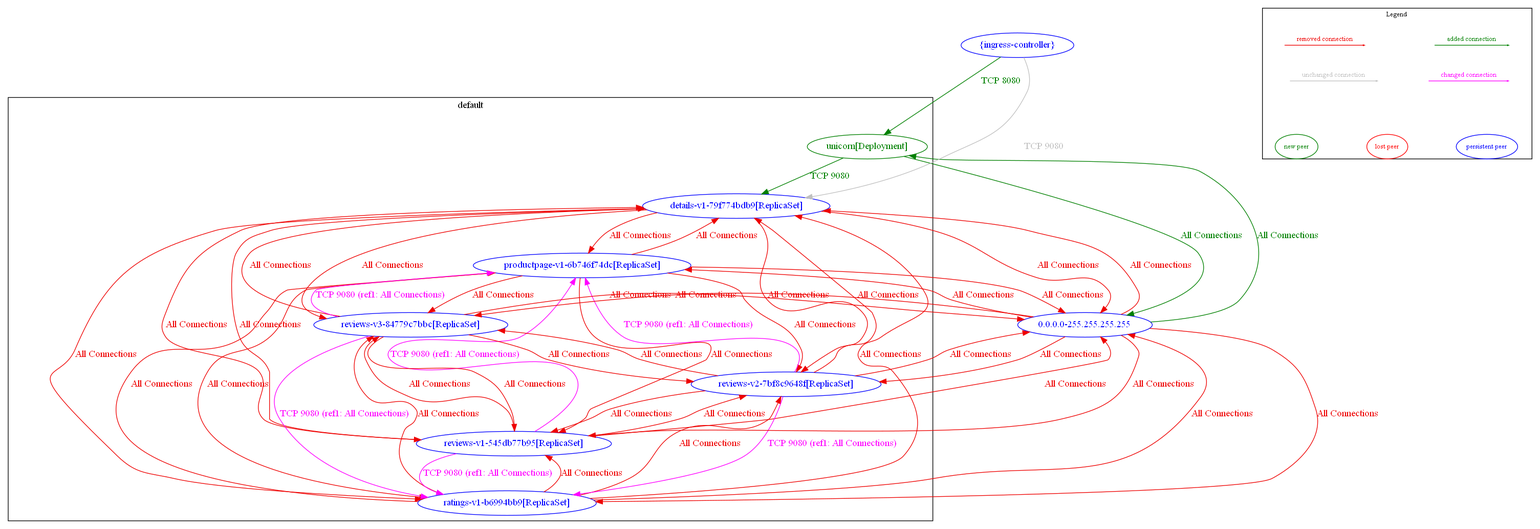
Before: test_outputs/diff/diff_between_k8s_ingress_test_new_and_k8s_ingress_test.dot.png, a diagram exported from Graphviz (np-guard/netpol-analyzer). Its source is kept beside it as test_outputs/diff/diff_between_k8s_ingress_test_new_and_k8s_ingress_test.dot.
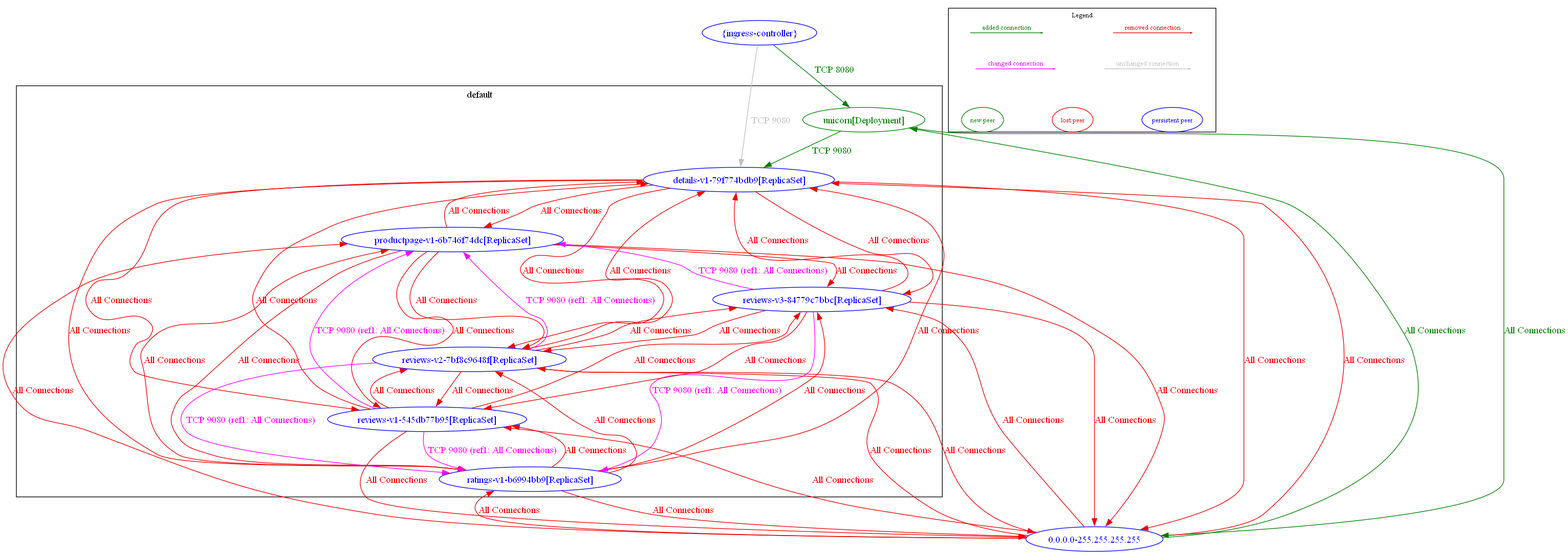
Later version of the same file.

The edit, as a diff of the source:
```diff
@@ -11,53 +11,53 @@
 	}
 	"0.0.0.0-255.255.255.255" [label="0.0.0.0-255.255.255.255" color="blue" fontcolor="blue"]
 	"{ingress-controller}" [label="{ingress-controller}" color="blue" fontcolor="blue"]
-	"0.0.0.0-255.255.255.255" -> "default/details-v1-79f774bdb9[ReplicaSet]" [label="All Connections" color="red2" fontcolor="red2"]
-	"0.0.0.0-255.255.255.255" -> "default/productpage-v1-6b746f74dc[ReplicaSet]" [label="All Connections" color="red2" fontcolor="red2"]
-	"0.0.0.0-255.255.255.255" -> "default/ratings-v1-b6994bb9[ReplicaSet]" [label="All Connections" color="red2" fontcolor="red2"]
-	"0.0.0.0-255.255.255.255" -> "default/reviews-v1-545db77b95[ReplicaSet]" [label="All Connections" color="red2" fontcolor="red2"]
-	"0.0.0.0-255.255.255.255" -> "default/reviews-v2-7bf8c9648f[ReplicaSet]" [label="All Connections" color="red2" fontcolor="red2"]
-	"0.0.0.0-255.255.255.255" -> "default/reviews-v3-84779c7bbc[ReplicaSet]" [label="All Connections" color="red2" fontcolor="red2"]
-	"0.0.0.0-255.255.255.255" -> "default/unicorn[Deployment]" [label="All Connections" color="#008000" fontcolor="#008000"]
-	"default/details-v1-79f774bdb9[ReplicaSet]" -> "0.0.0.0-255.255.255.255" [label="All Connections" color="red2" fontcolor="red2"]
-	"default/details-v1-79f774bdb9[ReplicaSet]" -> "default/productpage-v1-6b746f74dc[ReplicaSet]" [label="All Connections" color="red2" fontcolor="red2"]
-	"default/details-v1-79f774bdb9[ReplicaSet]" -> "default/ratings-v1-b6994bb9[ReplicaSet]" [label="All Connections" color="red2" fontcolor="red2"]
-	"default/details-v1-79f774bdb9[ReplicaSet]" -> "default/reviews-v1-545db77b95[ReplicaSet]" [label="All Connections" color="red2" fontcolor="red2"]
-	"default/details-v1-79f774bdb9[ReplicaSet]" -> "default/reviews-v2-7bf8c9648f[ReplicaSet]" [label="All Connections" color="red2" fontcolor="red2"]
-	"default/details-v1-79f774bdb9[ReplicaSet]" -> "default/reviews-v3-84779c7bbc[ReplicaSet]" [label="All Connections" color="red2" fontcolor="red2"]
-	"default/productpage-v1-6b746f74dc[ReplicaSet]" -> "0.0.0.0-255.255.255.255" [label="All Connections" color="red2" fontcolor="red2"]
-	"default/productpage-v1-6b746f74dc[ReplicaSet]" -> "default/details-v1-79f774bdb9[ReplicaSet]" [label="All Connections" color="red2" fontcolor="red2"]
-	"default/productpage-v1-6b746f74dc[ReplicaSet]" -> "default/ratings-v1-b6994bb9[ReplicaSet]" [label="All Connections" color="red2" fontcolor="red2"]
-	"default/productpage-v1-6b746f74dc[ReplicaSet]" -> "default/reviews-v1-545db77b95[ReplicaSet]" [label="All Connections" color="red2" fontcolor="red2"]
-	"default/productpage-v1-6b746f74dc[ReplicaSet]" -> "default/reviews-v2-7bf8c9648f[ReplicaSet]" [label="All Connections" color="red2" fontcolor="red2"]
-	"default/productpage-v1-6b746f74dc[ReplicaSet]" -> "default/reviews-v3-84779c7bbc[ReplicaSet]" [label="All Connections" color="red2" fontcolor="red2"]
-	"default/ratings-v1-b6994bb9[ReplicaSet]" -> "0.0.0.0-255.255.255.255" [label="All Connections" color="red2" fontcolor="red2"]
-	"default/ratings-v1-b6994bb9[ReplicaSet]" -> "default/details-v1-79f774bdb9[ReplicaSet]" [label="All Connections" color="red2" fontcolor="red2"]
-	"default/ratings-v1-b6994bb9[ReplicaSet]" -> "default/productpage-v1-6b746f74dc[ReplicaSet]" [label="All Connections" color="red2" fontcolor="red2"]
-	"default/ratings-v1-b6994bb9[ReplicaSet]" -> "default/reviews-v1-545db77b95[ReplicaSet]" [label="All Connections" color="red2" fontcolor="red2"]
-	"default/ratings-v1-b6994bb9[ReplicaSet]" -> "default/reviews-v2-7bf8c9648f[ReplicaSet]" [label="All Connections" color="red2" fontcolor="red2"]
-	"default/ratings-v1-b6994bb9[ReplicaSet]" -> "default/reviews-v3-84779c7bbc[ReplicaSet]" [label="All Connections" color="red2" fontcolor="red2"]
-	"default/reviews-v1-545db77b95[ReplicaSet]" -> "0.0.0.0-255.255.255.255" [label="All Connections" color="red2" fontcolor="red2"]
-	"default/reviews-v1-545db77b95[ReplicaSet]" -> "default/details-v1-79f774bdb9[ReplicaSet]" [label="All Connections" color="red2" fontcolor="red2"]
-	"default/reviews-v1-545db77b95[ReplicaSet]" -> "default/productpage-v1-6b746f74dc[ReplicaSet]" [label="TCP 9080 (ref1: All Connections)" color="magenta" fontcolor="magenta"]
-	"default/reviews-v1-545db77b95[ReplicaSet]" -> "default/ratings-v1-b6994bb9[ReplicaSet]" [label="TCP 9080 (ref1: All Connections)" color="magenta" fontcolor="magenta"]
-	"default/reviews-v1-545db77b95[ReplicaSet]" -> "default/reviews-v2-7bf8c9648f[ReplicaSet]" [label="All Connections" color="red2" fontcolor="red2"]
-	"default/reviews-v1-545db77b95[ReplicaSet]" -> "default/reviews-v3-84779c7bbc[ReplicaSet]" [label="All Connections" color="red2" fontcolor="red2"]
-	"default/reviews-v2-7bf8c9648f[ReplicaSet]" -> "0.0.0.0-255.255.255.255" [label="All Connections" color="red2" fontcolor="red2"]
-	"default/reviews-v2-7bf8c9648f[ReplicaSet]" -> "default/details-v1-79f774bdb9[ReplicaSet]" [label="All Connections" color="red2" fontcolor="red2"]
-	"default/reviews-v2-7bf8c9648f[ReplicaSet]" -> "default/productpage-v1-6b746f74dc[ReplicaSet]" [label="TCP 9080 (ref1: All Connections)" color="magenta" fontcolor="magenta"]
-	"default/reviews-v2-7bf8c9648f[ReplicaSet]" -> "default/ratings-v1-b6994bb9[ReplicaSet]" [label="TCP 9080 (ref1: All Connections)" color="magenta" fontcolor="magenta"]
-	"default/reviews-v2-7bf8c9648f[ReplicaSet]" -> "default/reviews-v1-545db77b95[ReplicaSet]" [label="All Connections" color="red2" fontcolor="red2"]
-	"default/reviews-v2-7bf8c9648f[ReplicaSet]" -> "default/reviews-v3-84779c7bbc[ReplicaSet]" [label="All Connections" color="red2" fontcolor="red2"]
-	"default/reviews-v3-84779c7bbc[ReplicaSet]" -> "0.0.0.0-255.255.255.255" [label="All Connections" color="red2" fontcolor="red2"]
-	"default/reviews-v3-84779c7bbc[ReplicaSet]" -> "default/details-v1-79f774bdb9[ReplicaSet]" [label="All Connections" color="red2" fontcolor="red2"]
-	"default/reviews-v3-84779c7bbc[ReplicaSet]" -> "default/productpage-v1-6b746f74dc[ReplicaSet]" [label="TCP 9080 (ref1: All Connections)" color="magenta" fontcolor="magenta"]
-	"default/reviews-v3-84779c7bbc[ReplicaSet]" -> "default/ratings-v1-b6994bb9[ReplicaSet]" [label="TCP 9080 (ref1: All Connections)" color="magenta" fontcolor="magenta"]
-	"default/reviews-v3-84779c7bbc[ReplicaSet]" -> "default/reviews-v1-545db77b95[ReplicaSet]" [label="All Connections" color="red2" fontcolor="red2"]
-	"default/reviews-v3-84779c7bbc[ReplicaSet]" -> "default/reviews-v2-7bf8c9648f[ReplicaSet]" [label="All Connections" color="red2" fontcolor="red2"]
-	"default/unicorn[Deployment]" -> "0.0.0.0-255.255.255.255" [label="All Connections" color="#008000" fontcolor="#008000"]
-	"default/unicorn[Deployment]" -> "default/details-v1-79f774bdb9[ReplicaSet]" [label="TCP 9080" color="#008000" fontcolor="#008000"]
-	"{ingress-controller}" -> "default/details-v1-79f774bdb9[ReplicaSet]" [label="TCP 9080" color="grey" fontcolor="grey"]
-	"{ingress-controller}" -> "default/unicorn[Deployment]" [label="TCP 8080" color="#008000" fontcolor="#008000"]
+	"0.0.0.0-255.255.255.255" -> "default/details-v1-79f774bdb9[ReplicaSet]" [label="All Connections" color="red2" fontcolor="red2" weight=0.5]
+	"0.0.0.0-255.255.255.255" -> "default/productpage-v1-6b746f74dc[ReplicaSet]" [label="All Connections" color="red2" fontcolor="red2" weight=0.5]
+	"0.0.0.0-255.255.255.255" -> "default/ratings-v1-b6994bb9[ReplicaSet]" [label="All Connections" color="red2" fontcolor="red2" weight=0.5]
+	"0.0.0.0-255.255.255.255" -> "default/reviews-v1-545db77b95[ReplicaSet]" [label="All Connections" color="red2" fontcolor="red2" weight=0.5]
+	"0.0.0.0-255.255.255.255" -> "default/reviews-v2-7bf8c9648f[ReplicaSet]" [label="All Connections" color="red2" fontcolor="red2" weight=0.5]
+	"0.0.0.0-255.255.255.255" -> "default/reviews-v3-84779c7bbc[ReplicaSet]" [label="All Connections" color="red2" fontcolor="red2" weight=0.5]
+	"0.0.0.0-255.255.255.255" -> "default/unicorn[Deployment]" [label="All Connections" color="#008000" fontcolor="#008000" weight=0.5]
+	"default/details-v1-79f774bdb9[ReplicaSet]" -> "0.0.0.0-255.255.255.255" [label="All Connections" color="red2" fontcolor="red2" weight=1]
+	"default/details-v1-79f774bdb9[ReplicaSet]" -> "default/productpage-v1-6b746f74dc[ReplicaSet]" [label="All Connections" color="red2" fontcolor="red2" weight=0.5]
+	"default/details-v1-79f774bdb9[ReplicaSet]" -> "default/ratings-v1-b6994bb9[ReplicaSet]" [label="All Connections" color="red2" fontcolor="red2" weight=0.5]
+	"default/details-v1-79f774bdb9[ReplicaSet]" -> "default/reviews-v1-545db77b95[ReplicaSet]" [label="All Connections" color="red2" fontcolor="red2" weight=0.5]
+	"default/details-v1-79f774bdb9[ReplicaSet]" -> "default/reviews-v2-7bf8c9648f[ReplicaSet]" [label="All Connections" color="red2" fontcolor="red2" weight=0.5]
+	"default/details-v1-79f774bdb9[ReplicaSet]" -> "default/reviews-v3-84779c7bbc[ReplicaSet]" [label="All Connections" color="red2" fontcolor="red2" weight=0.5]
+	"default/productpage-v1-6b746f74dc[ReplicaSet]" -> "0.0.0.0-255.255.255.255" [label="All Connections" color="red2" fontcolor="red2" weight=1]
+	"default/productpage-v1-6b746f74dc[ReplicaSet]" -> "default/details-v1-79f774bdb9[ReplicaSet]" [label="All Connections" color="red2" fontcolor="red2" weight=1]
+	"default/productpage-v1-6b746f74dc[ReplicaSet]" -> "default/ratings-v1-b6994bb9[ReplicaSet]" [label="All Connections" color="red2" fontcolor="red2" weight=0.5]
+	"default/productpage-v1-6b746f74dc[ReplicaSet]" -> "default/reviews-v1-545db77b95[ReplicaSet]" [label="All Connections" color="red2" fontcolor="red2" weight=0.5]
+	"default/productpage-v1-6b746f74dc[ReplicaSet]" -> "default/reviews-v2-7bf8c9648f[ReplicaSet]" [label="All Connections" color="red2" fontcolor="red2" weight=0.5]
+	"default/productpage-v1-6b746f74dc[ReplicaSet]" -> "default/reviews-v3-84779c7bbc[ReplicaSet]" [label="All Connections" color="red2" fontcolor="red2" weight=0.5]
+	"default/ratings-v1-b6994bb9[ReplicaSet]" -> "0.0.0.0-255.255.255.255" [label="All Connections" color="red2" fontcolor="red2" weight=1]
+	"default/ratings-v1-b6994bb9[ReplicaSet]" -> "default/details-v1-79f774bdb9[ReplicaSet]" [label="All Connections" color="red2" fontcolor="red2" weight=1]
+	"default/ratings-v1-b6994bb9[ReplicaSet]" -> "default/productpage-v1-6b746f74dc[ReplicaSet]" [label="All Connections" color="red2" fontcolor="red2" weight=1]
+	"default/ratings-v1-b6994bb9[ReplicaSet]" -> "default/reviews-v1-545db77b95[ReplicaSet]" [label="All Connections" color="red2" fontcolor="red2" weight=0.5]
+	"default/ratings-v1-b6994bb9[ReplicaSet]" -> "default/reviews-v2-7bf8c9648f[ReplicaSet]" [label="All Connections" color="red2" fontcolor="red2" weight=0.5]
+	"default/ratings-v1-b6994bb9[ReplicaSet]" -> "default/reviews-v3-84779c7bbc[ReplicaSet]" [label="All Connections" color="red2" fontcolor="red2" weight=0.5]
+	"default/reviews-v1-545db77b95[ReplicaSet]" -> "0.0.0.0-255.255.255.255" [label="All Connections" color="red2" fontcolor="red2" weight=1]
+	"default/reviews-v1-545db77b95[ReplicaSet]" -> "default/details-v1-79f774bdb9[ReplicaSet]" [label="All Connections" color="red2" fontcolor="red2" weight=1]
+	"default/reviews-v1-545db77b95[ReplicaSet]" -> "default/productpage-v1-6b746f74dc[ReplicaSet]" [label="TCP 9080 (ref1: All Connections)" color="magenta" fontcolor="magenta" weight=1]
+	"default/reviews-v1-545db77b95[ReplicaSet]" -> "default/ratings-v1-b6994bb9[ReplicaSet]" [label="TCP 9080 (ref1: All Connections)" color="magenta" fontcolor="magenta" weight=1]
+	"default/reviews-v1-545db77b95[ReplicaSet]" -> "default/reviews-v2-7bf8c9648f[ReplicaSet]" [label="All Connections" color="red2" fontcolor="red2" weight=0.5]
+	"default/reviews-v1-545db77b95[ReplicaSet]" -> "default/reviews-v3-84779c7bbc[ReplicaSet]" [label="All Connections" color="red2" fontcolor="red2" weight=0.5]
+	"default/reviews-v2-7bf8c9648f[ReplicaSet]" -> "0.0.0.0-255.255.255.255" [label="All Connections" color="red2" fontcolor="red2" weight=1]
+	"default/reviews-v2-7bf8c9648f[ReplicaSet]" -> "default/details-v1-79f774bdb9[ReplicaSet]" [label="All Connections" color="red2" fontcolor="red2" weight=1]
+	"default/reviews-v2-7bf8c9648f[ReplicaSet]" -> "default/productpage-v1-6b746f74dc[ReplicaSet]" [label="TCP 9080 (ref1: All Connections)" color="magenta" fontcolor="magenta" weight=1]
+	"default/reviews-v2-7bf8c9648f[ReplicaSet]" -> "default/ratings-v1-b6994bb9[ReplicaSet]" [label="TCP 9080 (ref1: All Connections)" color="magenta" fontcolor="magenta" weight=1]
+	"default/reviews-v2-7bf8c9648f[ReplicaSet]" -> "default/reviews-v1-545db77b95[ReplicaSet]" [label="All Connections" color="red2" fontcolor="red2" weight=1]
+	"default/reviews-v2-7bf8c9648f[ReplicaSet]" -> "default/reviews-v3-84779c7bbc[ReplicaSet]" [label="All Connections" color="red2" fontcolor="red2" weight=0.5]
+	"default/reviews-v3-84779c7bbc[ReplicaSet]" -> "0.0.0.0-255.255.255.255" [label="All Connections" color="red2" fontcolor="red2" weight=1]
+	"default/reviews-v3-84779c7bbc[ReplicaSet]" -> "default/details-v1-79f774bdb9[ReplicaSet]" [label="All Connections" color="red2" fontcolor="red2" weight=1]
+	"default/reviews-v3-84779c7bbc[ReplicaSet]" -> "default/productpage-v1-6b746f74dc[ReplicaSet]" [label="TCP 9080 (ref1: All Connections)" color="magenta" fontcolor="magenta" weight=1]
+	"default/reviews-v3-84779c7bbc[ReplicaSet]" -> "default/ratings-v1-b6994bb9[ReplicaSet]" [label="TCP 9080 (ref1: All Connections)" color="magenta" fontcolor="magenta" weight=1]
+	"default/reviews-v3-84779c7bbc[ReplicaSet]" -> "default/reviews-v1-545db77b95[ReplicaSet]" [label="All Connections" color="red2" fontcolor="red2" weight=1]
+	"default/reviews-v3-84779c7bbc[ReplicaSet]" -> "default/reviews-v2-7bf8c9648f[ReplicaSet]" [label="All Connections" color="red2" fontcolor="red2" weight=1]
+	"default/unicorn[Deployment]" -> "0.0.0.0-255.255.255.255" [label="All Connections" color="#008000" fontcolor="#008000" weight=1]
+	"default/unicorn[Deployment]" -> "default/details-v1-79f774bdb9[ReplicaSet]" [label="TCP 9080" color="#008000" fontcolor="#008000" weight=1]
+	"{ingress-controller}" -> "default/details-v1-79f774bdb9[ReplicaSet]" [label="TCP 9080" color="grey" fontcolor="grey" weight=1]
+	"{ingress-controller}" -> "default/unicorn[Deployment]" [label="TCP 8080" color="#008000" fontcolor="#008000" weight=1]
 	nodesep=0.5
 	subgraph cluster_legend {
 		label="Legend"
```
